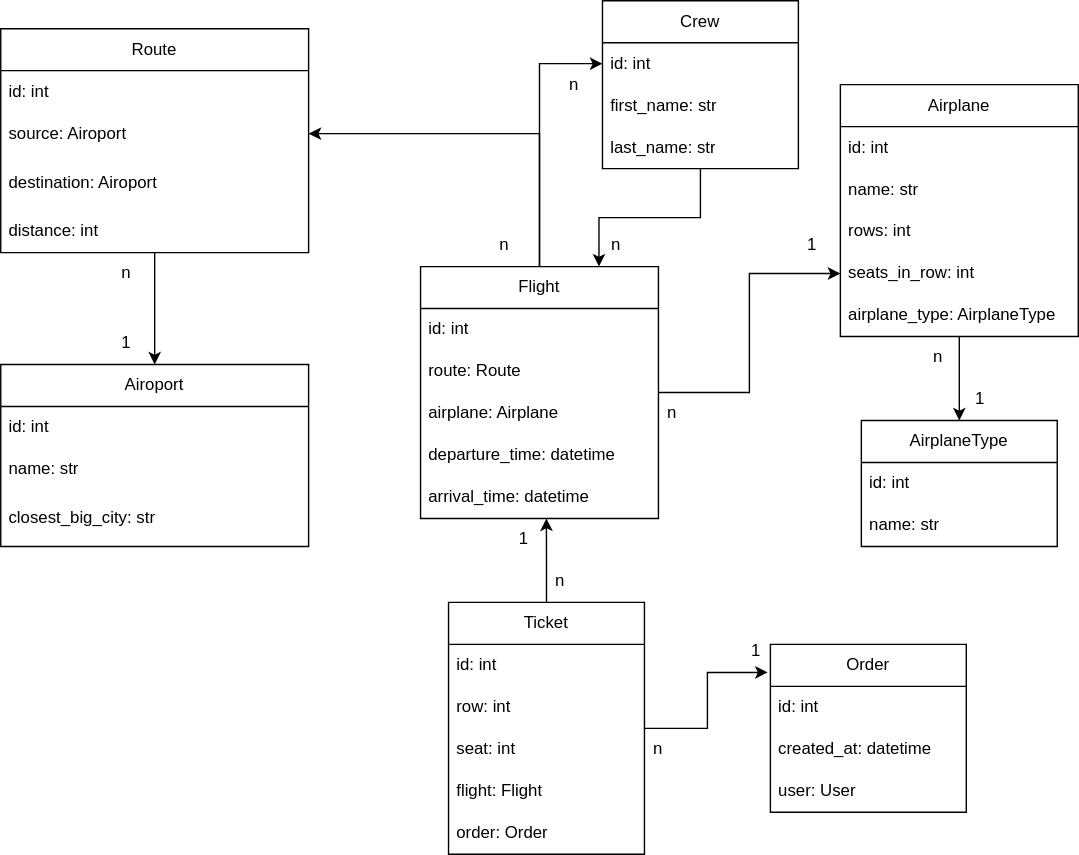
This is DB_Structure.svg from SpecializedBaby/airport-api-service, a draw.io export, as it was before one commit. Source tidied: cells renumbered, new cells last; positions are measured from the earlier drawing's top-left corner, leaving out a move shared by most shapes.
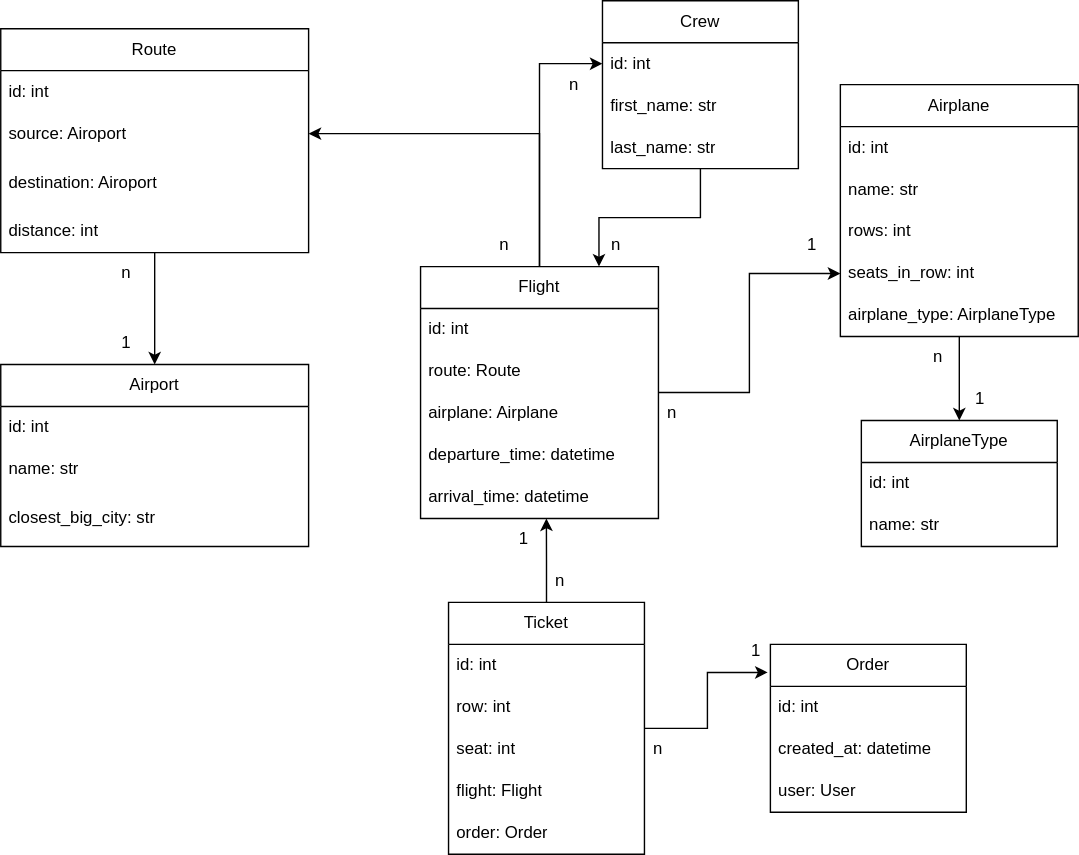
After the commit.

Diff of the diagram source:
```diff
@@ -20,7 +20,7 @@
     <mxCell id="7" value="distance: int" style="text;strokeColor=none;fillColor=none;align=left;verticalAlign=middle;spacingLeft=4;spacingRight=4;overflow=hidden;whiteSpace=wrap;html=1;" parent="3" vertex="1">
       <mxGeometry y="130" width="220" height="30" as="geometry" />
     </mxCell>
-    <mxCell id="8" value="Airoport" style="swimlane;fontStyle=0;horizontal=1;startSize=30;whiteSpace=wrap;html=1;" parent="1" vertex="1">
+    <mxCell id="8" value="Airport" style="swimlane;fontStyle=0;horizontal=1;startSize=30;whiteSpace=wrap;html=1;" parent="1" vertex="1">
       <mxGeometry y="260" width="220" height="130" as="geometry" />
     </mxCell>
     <mxCell id="9" value="id: int" style="text;strokeColor=none;fillColor=none;align=left;verticalAlign=middle;spacingLeft=4;spacingRight=4;overflow=hidden;whiteSpace=wrap;html=1;" parent="8" vertex="1">
```
